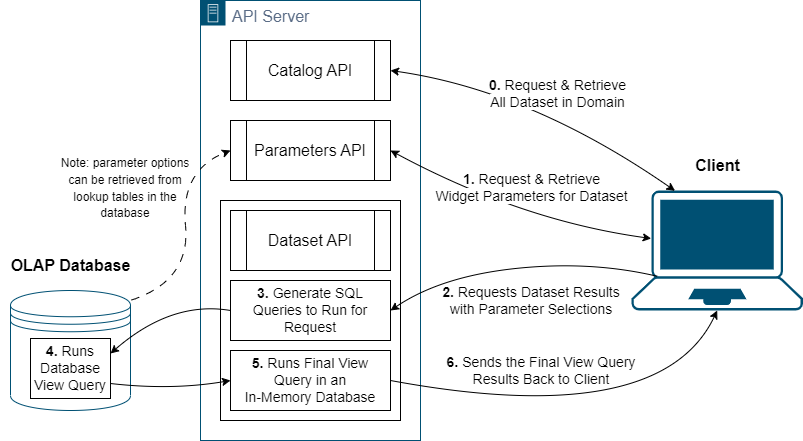
Earlier version of the draw.io export docs/static/squirrels-backend-workflow.png (squirrels-nest/squirrels-docs). Source tidied: cells renumbered, new cells last; positions are measured from the earlier drawing's top-left corner, leaving out a move shared by most shapes.
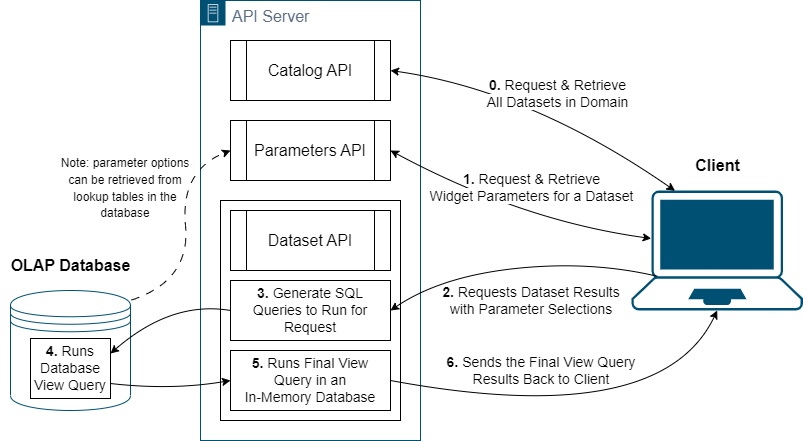
After the change.

What changed in the source:
```diff
@@ -39,7 +39,7 @@
         </Array>
       </mxGeometry>
     </mxCell>
-    <mxCell id="13" value="&lt;b&gt;1.&lt;/b&gt; Request &amp;amp; Retrieve&lt;br style=&quot;border-color: var(--border-color); background-color: rgb(255, 255, 255);&quot;&gt;&lt;span style=&quot;background-color: rgb(255, 255, 255);&quot;&gt;Widget Parameters for Dataset&lt;/span&gt;" style="text;html=1;strokeColor=none;fillColor=none;align=center;verticalAlign=middle;whiteSpace=wrap;rounded=0;fontSize=14;" parent="1" vertex="1">
+    <mxCell id="13" value="&lt;b&gt;1.&lt;/b&gt; Request &amp;amp; Retrieve&lt;br style=&quot;border-color: var(--border-color); background-color: rgb(255, 255, 255);&quot;&gt;&lt;span style=&quot;background-color: rgb(255, 255, 255);&quot;&gt;Widget Parameters for a Dataset&lt;/span&gt;" style="text;html=1;strokeColor=none;fillColor=none;align=center;verticalAlign=middle;whiteSpace=wrap;rounded=0;fontSize=14;" parent="1" vertex="1">
       <mxGeometry x="423.5" y="164" width="215" height="46" as="geometry" />
     </mxCell>
     <mxCell id="14" style="curved=1;endArrow=classic;html=1;rounded=0;fontSize=14;entryX=1;entryY=0.5;entryDx=0;entryDy=0;exitX=0.151;exitY=0.715;exitDx=0;exitDy=0;exitPerimeter=0;" parent="1" edge="1" source="5" target="9">
@@ -102,7 +102,7 @@
         </Array>
       </mxGeometry>
     </mxCell>
-    <mxCell id="25" value="&lt;b&gt;0.&lt;/b&gt; Request &amp;amp; Retrieve&lt;br style=&quot;border-color: var(--border-color); background-color: rgb(255, 255, 255);&quot;&gt;&lt;span style=&quot;background-color: rgb(255, 255, 255);&quot;&gt;All Dataset in Domain&lt;/span&gt;" style="text;html=1;strokeColor=none;fillColor=none;align=center;verticalAlign=middle;whiteSpace=wrap;rounded=0;fontSize=14;" parent="1" vertex="1">
+    <mxCell id="25" value="&lt;b&gt;0.&lt;/b&gt; Request &amp;amp; Retrieve&lt;br style=&quot;border-color: var(--border-color); background-color: rgb(255, 255, 255);&quot;&gt;&lt;span style=&quot;background-color: rgb(255, 255, 255);&quot;&gt;All Datasets in Domain&lt;/span&gt;" style="text;html=1;strokeColor=none;fillColor=none;align=center;verticalAlign=middle;whiteSpace=wrap;rounded=0;fontSize=14;" parent="1" vertex="1">
       <mxGeometry x="450" y="70" width="215" height="46" as="geometry" />
     </mxCell>
   </root>
```
